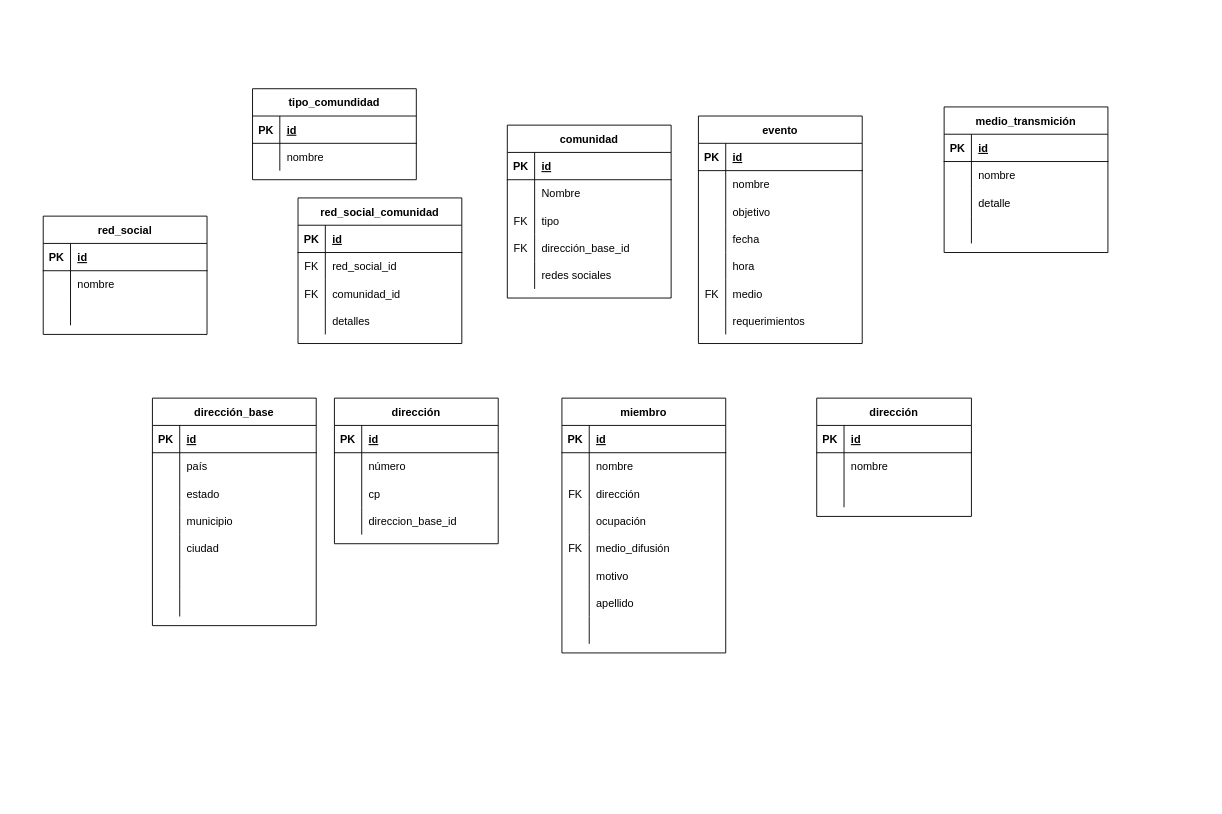
Earlier version of the draw.io diagram Comunidades.drawio (AlineGato/AlineGato). Source tidied: cells renumbered, new cells numbered last; positions are measured from the earlier drawing's top-left corner, leaving out a move shared by most shapes. Both pictures are drawn from the tidied source at 91%, with x=0, y=0 at pixel (43, 88).
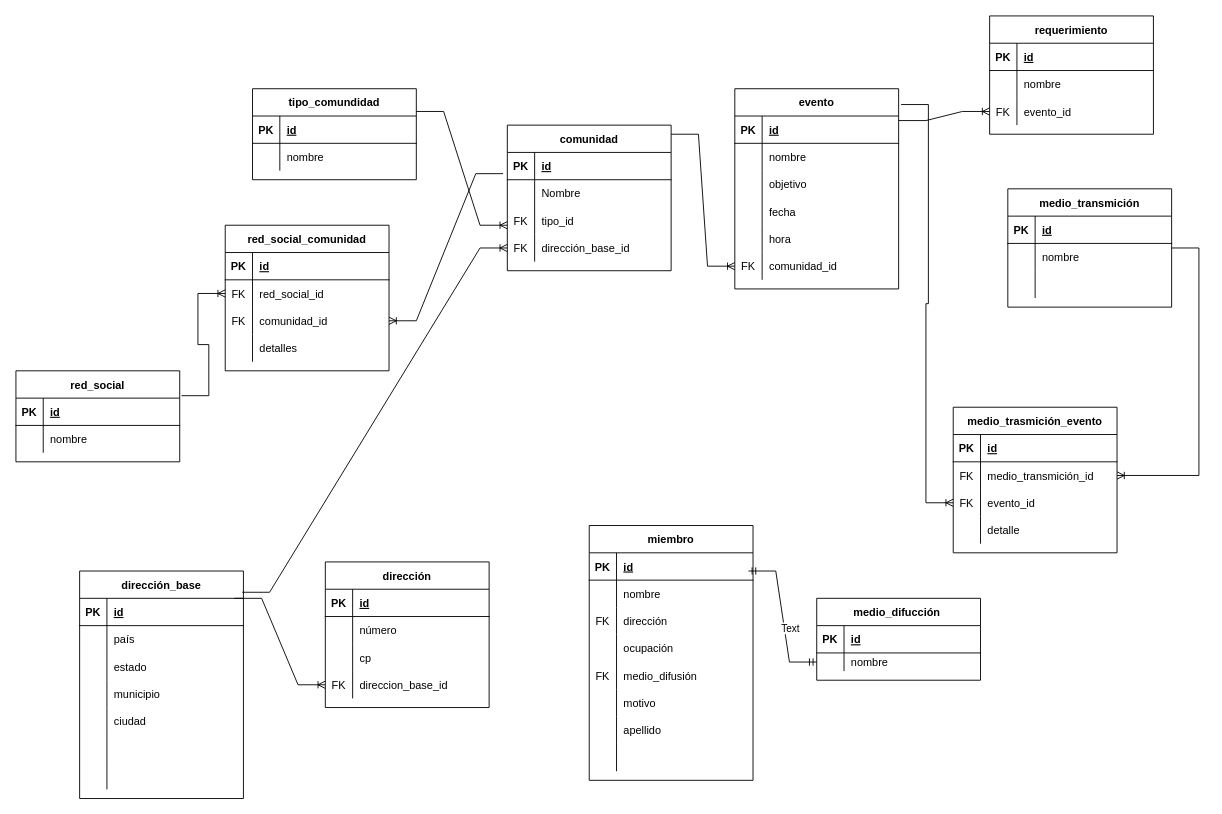
Above is the later version.

Unchanged cells that the change refers to:
```xml
<mxCell id="6" style="shape=tableRow;horizontal=0;startSize=0;swimlaneHead=0;swimlaneBody=0;fillColor=none;points=[[0,0.5],[1,0.5]];portConstraint=eastwest;top=0;left=0;right=0;bottom=0;" parent="2" vertex="1">
  <mxGeometry y="60" width="180" height="30" as="geometry" />
</mxCell>
<mxCell id="9" style="shape=tableRow;horizontal=0;startSize=0;swimlaneHead=0;swimlaneBody=0;fillColor=none;top=0;left=0;right=0;bottom=0;" parent="2" vertex="1">
  <mxGeometry y="90" width="180" height="30" as="geometry" />
</mxCell>
<mxCell id="12" style="shape=tableRow;horizontal=0;startSize=0;swimlaneHead=0;swimlaneBody=0;fillColor=none;points=[[0,0.5],[1,0.5]];portConstraint=eastwest;top=0;left=0;right=0;bottom=0;" parent="2" vertex="1">
  <mxGeometry y="120" width="180" height="30" as="geometry" />
</mxCell>
<mxCell id="53" style="shape=tableRow;horizontal=0;startSize=0;swimlaneHead=0;swimlaneBody=0;fillColor=none;points=[[0,0.5],[1,0.5]];portConstraint=eastwest;top=0;left=0;right=0;bottom=0;" parent="43" vertex="1">
  <mxGeometry y="120" width="180" height="30" as="geometry" />
</mxCell>
<mxCell id="57" style="shape=tableRow;horizontal=0;startSize=0;swimlaneHead=0;swimlaneBody=0;fillColor=none;points=[[0,0.5],[1,0.5]];portConstraint=eastwest;top=0;left=0;right=0;bottom=1;" parent="56" vertex="1">
  <mxGeometry y="30" width="180" height="30" as="geometry" />
</mxCell>
<mxCell id="88" value="tipo_comundidad" style="shape=table;startSize=30;childLayout=tableLayout;rowLines=0;fontStyle=1;align=center;" parent="1" vertex="1">
  <mxGeometry x="230" width="180" height="100" as="geometry" />
</mxCell>
<mxCell id="96" style="shape=tableRow;horizontal=0;startSize=0;swimlaneHead=0;swimlaneBody=0;fillColor=none;points=[[0,0.5],[1,0.5]];portConstraint=eastwest;top=0;left=0;right=0;bottom=1;" parent="95" vertex="1">
  <mxGeometry y="30" width="180" height="30" as="geometry" />
</mxCell>
<mxCell id="109" style="shape=tableRow;horizontal=0;startSize=0;swimlaneHead=0;swimlaneBody=0;fillColor=none;points=[[0,0.5],[1,0.5]];portConstraint=eastwest;top=0;left=0;right=0;bottom=0;" parent="105" vertex="1">
  <mxGeometry y="60" width="180" height="30" as="geometry" />
</mxCell>
<mxCell id="112" style="shape=tableRow;horizontal=0;startSize=0;swimlaneHead=0;swimlaneBody=0;fillColor=none;points=[[0,0.5],[1,0.5]];portConstraint=eastwest;top=0;left=0;right=0;bottom=0;" parent="105" vertex="1">
  <mxGeometry y="90" width="180" height="30" as="geometry" />
</mxCell>
<mxCell id="147" style="shape=tableRow;horizontal=0;startSize=0;swimlaneHead=0;swimlaneBody=0;fillColor=none;top=0;left=0;right=0;bottom=0;" parent="140" vertex="1">
  <mxGeometry y="90" width="180" height="30" as="geometry" />
</mxCell>
```

The edit, as a diff of the source:
```diff
@@
     <mxCell id="2" value="comunidad" style="shape=table;startSize=30;childLayout=tableLayout;rowLines=0;fontStyle=1;align=center;" parent="1" vertex="1">
-      <mxGeometry x="510" y="40" width="180" height="190" as="geometry" />
+      <mxGeometry x="510" y="40" width="180" height="160" as="geometry" />
     </mxCell>
@@
-    <mxCell id="11" value="tipo" style="shape=partialRectangle;fillColor=none;top=0;left=0;bottom=0;right=0;align=left;spacingLeft=6;overflow=hidden;" parent="9" vertex="1">
+    <mxCell id="11" value="tipo_id" style="shape=partialRectangle;fillColor=none;top=0;left=0;bottom=0;right=0;align=left;spacingLeft=6;overflow=hidden;" parent="9" vertex="1">
       <mxGeometry x="30" width="150" height="30" as="geometry" />
     </mxCell>
@@
-    <mxCell id="15" style="shape=tableRow;horizontal=0;startSize=0;swimlaneHead=0;swimlaneBody=0;fillColor=none;top=0;left=0;right=0;bottom=0;" parent="2" vertex="1">
-      <mxGeometry y="150" width="180" height="30" as="geometry" />
-    </mxCell>
-    <mxCell id="16" style="shape=partialRectangle;fillColor=none;top=0;left=0;bottom=0;right=0;overflow=hidden;" parent="15" vertex="1">
-      <mxGeometry width="30" height="30" as="geometry" />
-    </mxCell>
-    <mxCell id="17" value="redes sociales " style="shape=partialRectangle;fillColor=none;top=0;left=0;bottom=0;right=0;align=left;spacingLeft=6;overflow=hidden;" parent="15" vertex="1">
-      <mxGeometry x="30" width="150" height="30" as="geometry" />
-    </mxCell>
     <mxCell id="18" value="miembro" style="shape=table;startSize=30;childLayout=tableLayout;rowLines=0;fontStyle=1;align=center;" parent="1" vertex="1">
-      <mxGeometry x="570" y="340" width="180" height="280" as="geometry" />
+      <mxGeometry x="600" y="480" width="180" height="280" as="geometry" />
     </mxCell>
@@
     <mxCell id="43" value="dirección" style="shape=table;startSize=30;childLayout=tableLayout;rowLines=0;fontStyle=1;align=center;" parent="1" vertex="1">
-      <mxGeometry x="320" y="340" width="180" height="160" as="geometry" />
+      <mxGeometry x="310" y="520" width="180" height="160" as="geometry" />
     </mxCell>
@@
-    <mxCell id="54" style="shape=partialRectangle;fillColor=none;top=0;left=0;bottom=0;right=0;overflow=hidden;" parent="53" vertex="1">
+    <mxCell id="54" value="FK" style="shape=partialRectangle;fillColor=none;top=0;left=0;bottom=0;right=0;overflow=hidden;" parent="53" vertex="1">
       <mxGeometry width="30" height="30" as="geometry" />
     </mxCell>
@@
     <mxCell id="56" value="dirección_base" style="shape=table;startSize=30;childLayout=tableLayout;rowLines=0;fontStyle=1;align=center;" parent="1" vertex="1">
-      <mxGeometry x="120" y="340" width="180" height="250" as="geometry" />
+      <mxGeometry x="40" y="530" width="180" height="250" as="geometry" />
     </mxCell>
@@
-    <mxCell id="78" value="dirección" style="shape=table;startSize=30;childLayout=tableLayout;rowLines=0;fontStyle=1;align=center;" parent="1" vertex="1">
-      <mxGeometry x="850" y="340" width="170" height="130" as="geometry" />
-    </mxCell>
-    <mxCell id="79" style="shape=tableRow;horizontal=0;startSize=0;swimlaneHead=0;swimlaneBody=0;fillColor=none;top=0;left=0;right=0;bottom=1;" parent="78" vertex="1">
-      <mxGeometry y="30" width="170" height="30" as="geometry" />
-    </mxCell>
-    <mxCell id="80" value="PK" style="shape=partialRectangle;fillColor=none;top=0;left=0;bottom=0;right=0;fontStyle=1;overflow=hidden;" parent="79" vertex="1">
-      <mxGeometry width="30" height="30" as="geometry" />
-    </mxCell>
-    <mxCell id="81" value="id" style="shape=partialRectangle;fillColor=none;top=0;left=0;bottom=0;right=0;align=left;spacingLeft=6;fontStyle=5;overflow=hidden;" parent="79" vertex="1">
-      <mxGeometry x="30" width="140" height="30" as="geometry" />
-    </mxCell>
-    <mxCell id="82" style="shape=tableRow;horizontal=0;startSize=0;swimlaneHead=0;swimlaneBody=0;fillColor=none;top=0;left=0;right=0;bottom=0;" parent="78" vertex="1">
-      <mxGeometry y="60" width="170" height="30" as="geometry" />
-    </mxCell>
-    <mxCell id="83" style="shape=partialRectangle;fillColor=none;top=0;left=0;bottom=0;right=0;overflow=hidden;" parent="82" vertex="1">
-      <mxGeometry width="30" height="30" as="geometry" />
-    </mxCell>
-    <mxCell id="84" value="nombre" style="shape=partialRectangle;fillColor=none;top=0;left=0;bottom=0;right=0;align=left;spacingLeft=6;overflow=hidden;" parent="82" vertex="1">
-      <mxGeometry x="30" width="140" height="30" as="geometry" />
-    </mxCell>
-    <mxCell id="85" style="shape=tableRow;horizontal=0;startSize=0;swimlaneHead=0;swimlaneBody=0;fillColor=none;top=0;left=0;right=0;bottom=0;" parent="78" vertex="1">
-      <mxGeometry y="90" width="170" height="30" as="geometry" />
-    </mxCell>
-    <mxCell id="86" style="shape=partialRectangle;fillColor=none;top=0;left=0;bottom=0;right=0;overflow=hidden;" parent="85" vertex="1">
-      <mxGeometry width="30" height="30" as="geometry" />
-    </mxCell>
-    <mxCell id="87" style="shape=partialRectangle;fillColor=none;top=0;left=0;bottom=0;right=0;align=left;spacingLeft=6;overflow=hidden;" parent="85" vertex="1">
-      <mxGeometry x="30" width="140" height="30" as="geometry" />
-    </mxCell>
@@
     <mxCell id="95" value="red_social" style="shape=table;startSize=30;childLayout=tableLayout;rowLines=0;fontStyle=1;align=center;" parent="1" vertex="1">
-      <mxGeometry y="140" width="180" height="130" as="geometry" />
+      <mxGeometry x="-30" y="310" width="180" height="100" as="geometry" />
     </mxCell>
@@
-    <mxCell id="102" style="shape=tableRow;horizontal=0;startSize=0;swimlaneHead=0;swimlaneBody=0;fillColor=none;top=0;left=0;right=0;bottom=0;" parent="95" vertex="1">
-      <mxGeometry y="90" width="180" height="30" as="geometry" />
-    </mxCell>
-    <mxCell id="103" style="shape=partialRectangle;fillColor=none;top=0;left=0;bottom=0;right=0;overflow=hidden;" parent="102" vertex="1">
-      <mxGeometry width="30" height="30" as="geometry" />
-    </mxCell>
-    <mxCell id="104" style="shape=partialRectangle;fillColor=none;top=0;left=0;bottom=0;right=0;align=left;spacingLeft=6;overflow=hidden;" parent="102" vertex="1">
-      <mxGeometry x="30" width="150" height="30" as="geometry" />
-    </mxCell>
     <mxCell id="105" value="red_social_comunidad" style="shape=table;startSize=30;childLayout=tableLayout;rowLines=0;fontStyle=1;align=center;" parent="1" vertex="1">
-      <mxGeometry x="280" y="120" width="180" height="160" as="geometry" />
+      <mxGeometry x="200" y="150" width="180" height="160" as="geometry" />
     </mxCell>
@@
     <mxCell id="118" value="evento" style="shape=table;startSize=30;childLayout=tableLayout;rowLines=0;fontStyle=1;align=center;" parent="1" vertex="1">
-      <mxGeometry x="720" y="30" width="180" height="250" as="geometry" />
+      <mxGeometry x="760" width="180" height="220" as="geometry" />
     </mxCell>
@@
-    <mxCell id="134" style="shape=tableRow;horizontal=0;startSize=0;swimlaneHead=0;swimlaneBody=0;fillColor=none;top=0;left=0;right=0;bottom=0;" parent="118" vertex="1">
-      <mxGeometry y="180" width="180" height="30" as="geometry" />
-    </mxCell>
-    <mxCell id="135" value="FK" style="shape=partialRectangle;fillColor=none;top=0;left=0;bottom=0;right=0;overflow=hidden;" parent="134" vertex="1">
-      <mxGeometry width="30" height="30" as="geometry" />
-    </mxCell>
-    <mxCell id="136" value="medio" style="shape=partialRectangle;fillColor=none;top=0;left=0;bottom=0;right=0;align=left;spacingLeft=6;overflow=hidden;" parent="134" vertex="1">
-      <mxGeometry x="30" width="150" height="30" as="geometry" />
-    </mxCell>
     <mxCell id="137" style="shape=tableRow;horizontal=0;startSize=0;swimlaneHead=0;swimlaneBody=0;fillColor=none;points=[[0,0.5],[1,0.5]];portConstraint=eastwest;top=0;left=0;right=0;bottom=0;" parent="118" vertex="1">
-      <mxGeometry y="210" width="180" height="30" as="geometry" />
+      <mxGeometry y="180" width="180" height="30" as="geometry" />
     </mxCell>
-    <mxCell id="138" style="shape=partialRectangle;fillColor=none;top=0;left=0;bottom=0;right=0;overflow=hidden;" parent="137" vertex="1">
+    <mxCell id="138" value="FK" style="shape=partialRectangle;fillColor=none;top=0;left=0;bottom=0;right=0;overflow=hidden;" parent="137" vertex="1">
       <mxGeometry width="30" height="30" as="geometry" />
     </mxCell>
-    <mxCell id="139" value="requerimientos" style="shape=partialRectangle;fillColor=none;top=0;left=0;bottom=0;right=0;align=left;spacingLeft=6;overflow=hidden;" parent="137" vertex="1">
+    <mxCell id="139" value="comunidad_id" style="shape=partialRectangle;fillColor=none;top=0;left=0;bottom=0;right=0;align=left;spacingLeft=6;overflow=hidden;" parent="137" vertex="1">
       <mxGeometry x="30" width="150" height="30" as="geometry" />
     </mxCell>
     <mxCell id="140" value="medio_transmición" style="shape=table;startSize=30;childLayout=tableLayout;rowLines=0;fontStyle=1;align=center;" parent="1" vertex="1">
-      <mxGeometry x="990" y="20" width="180" height="160" as="geometry" />
+      <mxGeometry x="1060" y="110" width="180" height="130" as="geometry" />
     </mxCell>
@@
-    <mxCell id="149" value="detalle" style="shape=partialRectangle;fillColor=none;top=0;left=0;bottom=0;right=0;align=left;spacingLeft=6;overflow=hidden;" parent="147" vertex="1">
+    <mxCell id="149" style="shape=partialRectangle;fillColor=none;top=0;left=0;bottom=0;right=0;align=left;spacingLeft=6;overflow=hidden;" parent="147" vertex="1">
       <mxGeometry x="30" width="150" height="30" as="geometry" />
     </mxCell>
+    <mxCell id="153" value="medio_trasmición_evento" style="shape=table;startSize=30;childLayout=tableLayout;rowLines=0;fontStyle=1;align=center;" parent="1" vertex="1">
+      <mxGeometry x="1000" y="350" width="180" height="160" as="geometry" />
+    </mxCell>
+    <mxCell id="154" style="shape=tableRow;horizontal=0;startSize=0;swimlaneHead=0;swimlaneBody=0;fillColor=none;top=0;left=0;right=0;bottom=1;" parent="153" vertex="1">
+      <mxGeometry y="30" width="180" height="30" as="geometry" />
+    </mxCell>
+    <mxCell id="155" value="PK" style="shape=partialRectangle;fillColor=none;top=0;left=0;bottom=0;right=0;fontStyle=1;overflow=hidden;" parent="154" vertex="1">
+      <mxGeometry width="30" height="30" as="geometry" />
+    </mxCell>
+    <mxCell id="156" value="id" style="shape=partialRectangle;fillColor=none;top=0;left=0;bottom=0;right=0;align=left;spacingLeft=6;fontStyle=5;overflow=hidden;" parent="154" vertex="1">
+      <mxGeometry x="30" width="150" height="30" as="geometry" />
+    </mxCell>
+    <mxCell id="157" style="shape=tableRow;horizontal=0;startSize=0;swimlaneHead=0;swimlaneBody=0;fillColor=none;points=[[0,0.5],[1,0.5]];portConstraint=eastwest;top=0;left=0;right=0;bottom=0;" parent="153" vertex="1">
+      <mxGeometry y="60" width="180" height="30" as="geometry" />
+    </mxCell>
+    <mxCell id="158" value="FK" style="shape=partialRectangle;fillColor=none;top=0;left=0;bottom=0;right=0;overflow=hidden;" parent="157" vertex="1">
+      <mxGeometry width="30" height="30" as="geometry" />
+    </mxCell>
+    <mxCell id="159" value="medio_transmición_id" style="shape=partialRectangle;fillColor=none;top=0;left=0;bottom=0;right=0;align=left;spacingLeft=6;overflow=hidden;" parent="157" vertex="1">
+      <mxGeometry x="30" width="150" height="30" as="geometry" />
+    </mxCell>
+    <mxCell id="160" style="shape=tableRow;horizontal=0;startSize=0;swimlaneHead=0;swimlaneBody=0;fillColor=none;points=[[0,0.5],[1,0.5]];portConstraint=eastwest;top=0;left=0;right=0;bottom=0;" parent="153" vertex="1">
+      <mxGeometry y="90" width="180" height="30" as="geometry" />
+    </mxCell>
+    <mxCell id="161" value="FK" style="shape=partialRectangle;fillColor=none;top=0;left=0;bottom=0;right=0;overflow=hidden;" parent="160" vertex="1">
+      <mxGeometry width="30" height="30" as="geometry" />
+    </mxCell>
+    <mxCell id="162" value="evento_id" style="shape=partialRectangle;fillColor=none;top=0;left=0;bottom=0;right=0;align=left;spacingLeft=6;overflow=hidden;" parent="160" vertex="1">
+      <mxGeometry x="30" width="150" height="30" as="geometry" />
+    </mxCell>
-    <mxCell id="150" style="shape=tableRow;horizontal=0;startSize=0;swimlaneHead=0;swimlaneBody=0;fillColor=none;top=0;left=0;right=0;bottom=0;" parent="140" vertex="1">
+    <mxCell id="150" style="shape=tableRow;horizontal=0;startSize=0;swimlaneHead=0;swimlaneBody=0;fillColor=none;top=0;left=0;right=0;bottom=0;" parent="153" vertex="1">
       <mxGeometry y="120" width="180" height="30" as="geometry" />
     </mxCell>
-    <mxCell id="151" style="shape=partialRectangle;fillColor=none;top=0;left=0;bottom=0;right=0;overflow=hidden;" parent="150" vertex="1">
-      <mxGeometry width="30" height="30" as="geometry" />
-    </mxCell>
-    <mxCell id="152" style="shape=partialRectangle;fillColor=none;top=0;left=0;bottom=0;right=0;align=left;spacingLeft=6;overflow=hidden;" parent="150" vertex="1">
-      <mxGeometry x="30" width="150" height="30" as="geometry" />
-    </mxCell>
+    <mxCell id="163" style="shape=partialRectangle;fillColor=none;top=0;left=0;bottom=0;right=0;overflow=hidden;" parent="150" vertex="1">
+      <mxGeometry width="30" height="30" as="geometry" />
+    </mxCell>
+    <mxCell id="164" value="detalle" style="shape=partialRectangle;fillColor=none;top=0;left=0;bottom=0;right=0;align=left;spacingLeft=6;overflow=hidden;" parent="150" vertex="1">
+      <mxGeometry x="30" width="150" height="30" as="geometry" />
+    </mxCell>
+    <mxCell id="165" style="edgeStyle=entityRelationEdgeStyle;fontSize=12;html=1;endArrow=ERoneToMany;rounded=0;exitX=1;exitY=0.25;exitDx=0;exitDy=0;" parent="1" edge="1" source="88">
+      <mxGeometry relative="1" as="geometry">
+        <mxPoint x="510" y="150" as="targetPoint" />
+      </mxGeometry>
+    </mxCell>
+    <mxCell id="166" style="edgeStyle=entityRelationEdgeStyle;fontSize=12;html=1;endArrow=ERoneToMany;exitX=0.993;exitY=-0.222;exitDx=0;exitDy=0;exitPerimeter=0;entryX=0;entryY=0.5;entryDx=0;entryDy=0;rounded=0;sketch=0;jumpStyle=none;" parent="1" edge="1" source="57" target="12">
+      <mxGeometry relative="1" as="geometry" />
+    </mxCell>
+    <mxCell id="167" style="edgeStyle=entityRelationEdgeStyle;fontSize=12;html=1;endArrow=ERoneToMany;rounded=0;exitX=1.011;exitY=-0.089;exitDx=0;exitDy=0;exitPerimeter=0;entryX=0;entryY=0.5;entryDx=0;entryDy=0;" parent="1" edge="1" source="96" target="109">
+      <mxGeometry relative="1" as="geometry" />
+    </mxCell>
+    <mxCell id="168" style="edgeStyle=entityRelationEdgeStyle;fontSize=12;html=1;endArrow=ERoneToMany;rounded=0;entryX=1;entryY=0.5;entryDx=0;entryDy=0;exitX=-0.026;exitY=-0.222;exitDx=0;exitDy=0;exitPerimeter=0;" parent="1" edge="1" source="6" target="112">
+      <mxGeometry relative="1" as="geometry" />
+    </mxCell>
+    <mxCell id="169" style="edgeStyle=entityRelationEdgeStyle;fontSize=12;html=1;endArrow=ERoneToMany;rounded=0;entryX=0;entryY=0.5;entryDx=0;entryDy=0;" parent="1" edge="1" target="137">
+      <mxGeometry relative="1" as="geometry">
+        <mxPoint x="690" y="50" as="sourcePoint" />
+      </mxGeometry>
+    </mxCell>
+    <mxCell id="170" style="edgeStyle=entityRelationEdgeStyle;fontSize=12;html=1;endArrow=ERoneToMany;rounded=0;entryX=0;entryY=0.5;entryDx=0;entryDy=0;" parent="1" edge="1" target="53">
+      <mxGeometry relative="1" as="geometry">
+        <mxPoint x="210" y="560" as="sourcePoint" />
+      </mxGeometry>
+    </mxCell>
+    <mxCell id="171" style="edgeStyle=entityRelationEdgeStyle;fontSize=12;html=1;endArrow=ERmandOne;startArrow=ERmandOne;rounded=0;entryX=0;entryY=0.5;entryDx=0;entryDy=0;" parent="1" edge="1" target="177">
+      <mxGeometry relative="1" as="geometry">
+        <mxPoint x="775" y="530" as="sourcePoint" />
+      </mxGeometry>
+    </mxCell>
+    <mxCell id="172" value="Text" style="edgeLabel;html=1;align=center;verticalAlign=middle;" parent="171" vertex="1">
+      <mxGeometry x="0.17" y="6" relative="1" as="geometry" />
+    </mxCell>
+    <mxCell id="173" value="medio_difucción " style="shape=table;startSize=30;childLayout=tableLayout;rowLines=0;fontStyle=1;align=center;" parent="1" vertex="1">
+      <mxGeometry x="850" y="560" width="180" height="90" as="geometry" />
+    </mxCell>
+    <mxCell id="174" style="shape=tableRow;horizontal=0;startSize=0;swimlaneHead=0;swimlaneBody=0;fillColor=none;top=0;left=0;right=0;bottom=1;" parent="173" vertex="1">
+      <mxGeometry y="30" width="180" height="30" as="geometry" />
+    </mxCell>
+    <mxCell id="175" value="PK" style="shape=partialRectangle;fillColor=none;top=0;left=0;bottom=0;right=0;fontStyle=1;overflow=hidden;" parent="174" vertex="1">
+      <mxGeometry width="30" height="30" as="geometry" />
+    </mxCell>
+    <mxCell id="176" value="id" style="shape=partialRectangle;fillColor=none;top=0;left=0;bottom=0;right=0;align=left;spacingLeft=6;fontStyle=5;overflow=hidden;" parent="174" vertex="1">
+      <mxGeometry x="30" width="150" height="30" as="geometry" />
+    </mxCell>
+    <mxCell id="177" style="shape=tableRow;horizontal=0;startSize=0;swimlaneHead=0;swimlaneBody=0;fillColor=none;points=[[0,0.5],[1,0.5]];portConstraint=eastwest;top=0;left=0;right=0;bottom=0;" parent="173" vertex="1">
+      <mxGeometry y="60" width="180" height="20" as="geometry" />
+    </mxCell>
+    <mxCell id="178" style="shape=partialRectangle;fillColor=none;top=0;left=0;bottom=0;right=0;overflow=hidden;" parent="177" vertex="1">
+      <mxGeometry width="30" height="20" as="geometry" />
+    </mxCell>
+    <mxCell id="179" value="nombre" style="shape=partialRectangle;fillColor=none;top=0;left=0;bottom=0;right=0;align=left;spacingLeft=6;overflow=hidden;" parent="177" vertex="1">
+      <mxGeometry x="30" width="150" height="20" as="geometry" />
+    </mxCell>
+    <mxCell id="180" value="requerimiento" style="shape=table;startSize=30;childLayout=tableLayout;rowLines=0;fontStyle=1;align=center;" parent="1" vertex="1">
+      <mxGeometry x="1040" y="-80" width="180" height="130" as="geometry" />
+    </mxCell>
+    <mxCell id="181" style="shape=tableRow;horizontal=0;startSize=0;swimlaneHead=0;swimlaneBody=0;fillColor=none;top=0;left=0;right=0;bottom=1;" parent="180" vertex="1">
+      <mxGeometry y="30" width="180" height="30" as="geometry" />
+    </mxCell>
+    <mxCell id="182" value="PK" style="shape=partialRectangle;fillColor=none;top=0;left=0;bottom=0;right=0;fontStyle=1;overflow=hidden;" parent="181" vertex="1">
+      <mxGeometry width="30" height="30" as="geometry" />
+    </mxCell>
+    <mxCell id="183" value="id" style="shape=partialRectangle;fillColor=none;top=0;left=0;bottom=0;right=0;align=left;spacingLeft=6;fontStyle=5;overflow=hidden;" parent="181" vertex="1">
+      <mxGeometry x="30" width="150" height="30" as="geometry" />
+    </mxCell>
+    <mxCell id="184" style="shape=tableRow;horizontal=0;startSize=0;swimlaneHead=0;swimlaneBody=0;fillColor=none;top=0;left=0;right=0;bottom=0;" parent="180" vertex="1">
+      <mxGeometry y="60" width="180" height="30" as="geometry" />
+    </mxCell>
+    <mxCell id="185" style="shape=partialRectangle;fillColor=none;top=0;left=0;bottom=0;right=0;overflow=hidden;" parent="184" vertex="1">
+      <mxGeometry width="30" height="30" as="geometry" />
+    </mxCell>
+    <mxCell id="186" value="nombre" style="shape=partialRectangle;fillColor=none;top=0;left=0;bottom=0;right=0;align=left;spacingLeft=6;overflow=hidden;" parent="184" vertex="1">
+      <mxGeometry x="30" width="150" height="30" as="geometry" />
+    </mxCell>
+    <mxCell id="187" style="shape=tableRow;horizontal=0;startSize=0;swimlaneHead=0;swimlaneBody=0;fillColor=none;points=[[0,0.5],[1,0.5]];portConstraint=eastwest;top=0;left=0;right=0;bottom=0;" parent="180" vertex="1">
+      <mxGeometry y="90" width="180" height="30" as="geometry" />
+    </mxCell>
+    <mxCell id="188" value="FK" style="shape=partialRectangle;fillColor=none;top=0;left=0;bottom=0;right=0;overflow=hidden;" parent="187" vertex="1">
+      <mxGeometry width="30" height="30" as="geometry" />
+    </mxCell>
+    <mxCell id="189" value="evento_id" style="shape=partialRectangle;fillColor=none;top=0;left=0;bottom=0;right=0;align=left;spacingLeft=6;overflow=hidden;" parent="187" vertex="1">
+      <mxGeometry x="30" width="150" height="30" as="geometry" />
+    </mxCell>
+    <mxCell id="190" style="edgeStyle=entityRelationEdgeStyle;fontSize=12;html=1;endArrow=ERoneToMany;rounded=0;exitX=1.015;exitY=0.079;exitDx=0;exitDy=0;exitPerimeter=0;entryX=0;entryY=0.5;entryDx=0;entryDy=0;" parent="1" edge="1" source="118" target="160">
+      <mxGeometry relative="1" as="geometry" />
+    </mxCell>
+    <mxCell id="191" style="edgeStyle=entityRelationEdgeStyle;fontSize=12;html=1;endArrow=ERoneToMany;rounded=0;entryX=0;entryY=0.5;entryDx=0;entryDy=0;" parent="1" edge="1" target="187">
+      <mxGeometry relative="1" as="geometry">
+        <mxPoint x="940" y="35" as="sourcePoint" />
+      </mxGeometry>
+    </mxCell>
+    <mxCell id="192" style="edgeStyle=entityRelationEdgeStyle;fontSize=12;html=1;endArrow=ERoneToMany;rounded=0;entryX=1;entryY=0.5;entryDx=0;entryDy=0;" parent="1" edge="1" source="140" target="157">
+      <mxGeometry relative="1" as="geometry" />
+    </mxCell>
```
